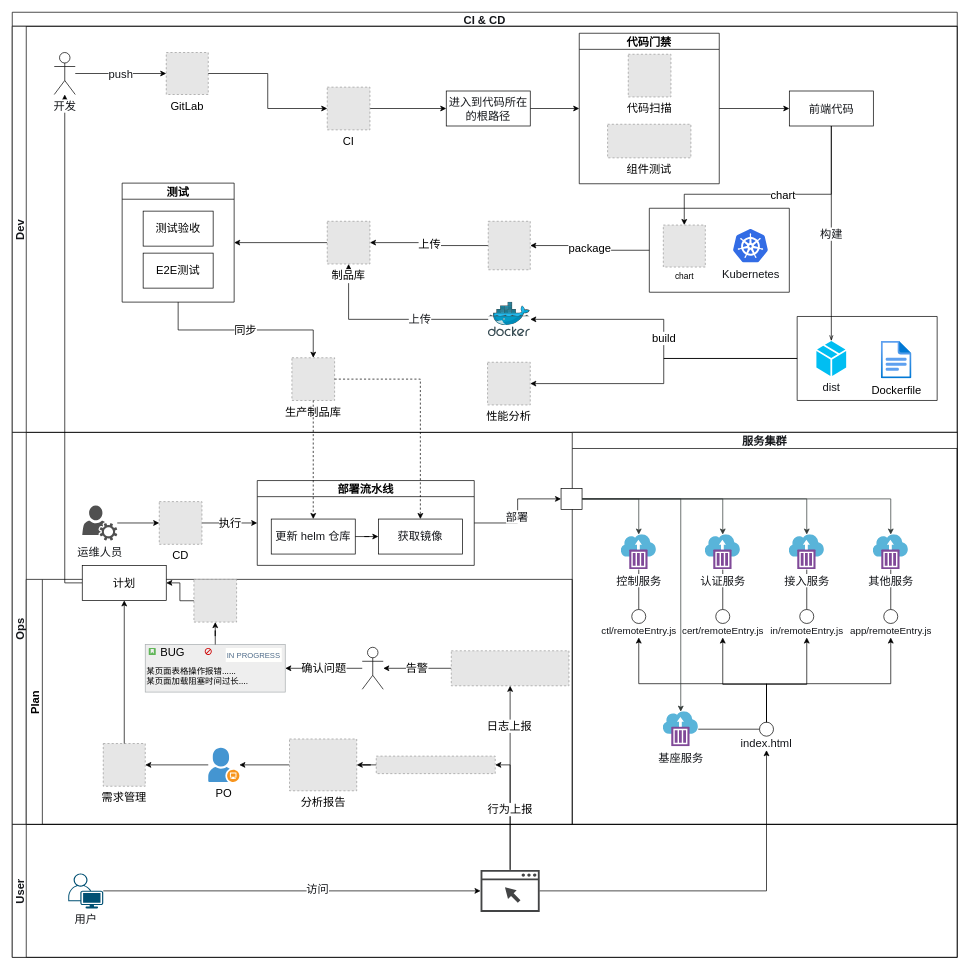
Before: CICD.drawio in zhuoooo/doodles, a draw.io diagram. Source tidied: cells renumbered, new cells numbered last; positions are measured from the earlier drawing's top-left corner, leaving out a move shared by most shapes. Both pictures are drawn from the tidied source at 70%, with x=0, y=0 at pixel (12, 12). Pictures stored in the file or linked from it are replaced by grey dashed boxes.
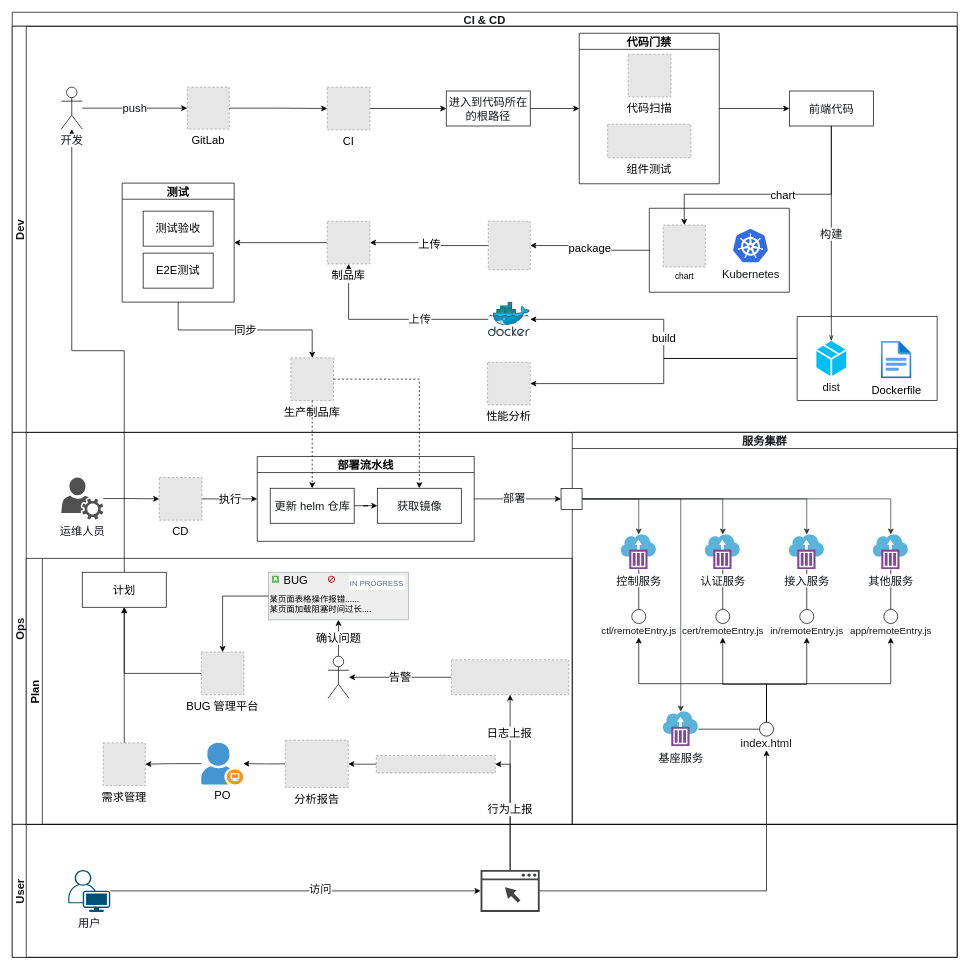
The same diagram, later.

Unchanged cells that the change refers to:
```xml
<mxCell id="4" value="Dev" style="swimlane;startSize=20;horizontal=0;fontSize=16;fontColor=#14161a;" parent="2" vertex="1">
  <mxGeometry y="20" width="1350" height="580.2" as="geometry" />
</mxCell>
<mxCell id="43" value="Ops" style="swimlane;startSize=20;horizontal=0;fontSize=16;fontColor=#14161a;" parent="2" vertex="1">
  <mxGeometry y="600.2" width="1350" height="560" as="geometry" />
</mxCell>
<mxCell id="111" value="User" style="swimlane;startSize=20;horizontal=0;fontSize=16;fontColor=#14161a;" parent="2" vertex="1">
  <mxGeometry y="1160.2" width="1350" height="190" as="geometry" />
</mxCell>
```

Diff of the diagram source:
```diff
@@
-    <mxCell id="2" value="CI &amp; CD" style="swimlane;horizontal=1;startSize=20;fontSize=16;fontColor=#14161a;" parent="1" vertex="1">
+    <mxCell id="2" value="CI &amp; CD" style="swimlane;horizontal=1;startSize=20;fontSize=16;fontColor=#14161a;spacing=20;" parent="1" vertex="1">
       <mxGeometry width="1350" height="1350.2" as="geometry" />
     </mxCell>
@@
     <mxCell id="5" value="开发" style="shape=umlActor;verticalLabelPosition=bottom;labelBackgroundColor=#ffffff;verticalAlign=top;html=1;fontSize=16;fontColor=#14161a;" parent="4" vertex="1">
-      <mxGeometry x="60" y="37.5" width="30" height="60" as="geometry" />
+      <mxGeometry x="70" y="87" width="30" height="60" as="geometry" />
     </mxCell>
@@
     <mxCell id="36" value="生产制品库" style="fillColor=#E6E6E6;strokeColor=#999999;dashed=1;verticalLabelPosition=bottom;labelBackgroundColor=default;verticalAlign=top;fontSize=16;" parent="4" vertex="1">
-      <mxGeometry x="399.5" y="473.6" width="61" height="61" as="geometry" />
+      <mxGeometry x="398" y="473.6" width="61" height="61" as="geometry" />
     </mxCell>
@@
     <mxCell id="38" value="GitLab" style="fillColor=#E6E6E6;strokeColor=#999999;dashed=1;verticalLabelPosition=bottom;labelBackgroundColor=default;verticalAlign=top;fontSize=16;" parent="4" vertex="1">
-      <mxGeometry x="220" y="37.5" width="60" height="60" as="geometry" />
+      <mxGeometry x="250" y="87" width="60" height="60" as="geometry" />
     </mxCell>
@@
     <mxCell id="44" value="部署流水线" style="swimlane;sketch=0;fontSize=16;strokeWidth=1;startSize=23;" parent="43" vertex="1">
-      <mxGeometry x="350" y="68.8" width="310" height="121.2" as="geometry" />
+      <mxGeometry x="350" y="34.4" width="310" height="121.2" as="geometry" />
     </mxCell>
     <mxCell id="45" value="获取镜像" style="rounded=0;whiteSpace=wrap;html=1;fontSize=16;fontColor=#14161a;" parent="44" vertex="1">
-      <mxGeometry x="173" y="55" width="120" height="50" as="geometry" />
+      <mxGeometry x="171.5" y="45.4" width="120" height="50" as="geometry" />
     </mxCell>
     <mxCell id="46" value="更新 helm 仓库" style="rounded=0;whiteSpace=wrap;html=1;fontSize=16;fontColor=#14161a;" parent="44" vertex="1">
-      <mxGeometry x="20" y="55" width="120" height="50" as="geometry" />
+      <mxGeometry x="18.5" y="45.4" width="120" height="50" as="geometry" />
     </mxCell>
@@
     <mxCell id="49" value="运维人员" style="sketch=0;shadow=0;dashed=0;html=1;strokeColor=none;fillColor=#505050;labelPosition=center;verticalLabelPosition=bottom;verticalAlign=top;outlineConnect=0;align=center;shape=mxgraph.office.services.user_services;fontSize=16;fontColor=#14161a;" parent="43" vertex="1">
-      <mxGeometry x="100" y="104.4" width="50" height="50" as="geometry" />
+      <mxGeometry x="70" y="64.5" width="60" height="60" as="geometry" />
     </mxCell>
@@
     <mxCell id="88" value="Plan" style="swimlane;horizontal=0;sketch=0;fontSize=16;strokeWidth=1;" parent="43" vertex="1">
-      <mxGeometry x="20" y="210" width="780" height="350" as="geometry" />
+      <mxGeometry x="20" y="180" width="780" height="380" as="geometry" />
     </mxCell>
     <mxCell id="89" style="fillColor=#E6E6E6;strokeColor=#999999;dashed=1;verticalLabelPosition=bottom;labelBackgroundColor=default;verticalAlign=top;" parent="88" vertex="1">
-      <mxGeometry x="500" y="252.5" width="170" height="25" as="geometry" />
+      <mxGeometry x="500" y="281.5" width="170" height="25" as="geometry" />
     </mxCell>
@@
     <mxCell id="91" style="fillColor=#E6E6E6;strokeColor=#999999;dashed=1;verticalLabelPosition=bottom;labelBackgroundColor=default;verticalAlign=top;" parent="88" vertex="1">
-      <mxGeometry x="607.2" y="102" width="168.1" height="50" as="geometry" />
+      <mxGeometry x="607.2" y="144.8" width="168.1" height="50" as="geometry" />
     </mxCell>
@@
     <mxCell id="93" value="PO" style="shadow=0;dashed=0;html=1;strokeColor=none;fillColor=#4495D1;labelPosition=center;verticalLabelPosition=bottom;verticalAlign=top;align=center;outlineConnect=0;shape=mxgraph.veeam.company_user;sketch=0;fontSize=16;" parent="88" vertex="1">
-      <mxGeometry x="260" y="240.6" width="44.4" height="48.8" as="geometry" />
+      <mxGeometry x="250" y="263.5" width="60" height="59.4" as="geometry" />
     </mxCell>
@@
     <mxCell id="95" value="分析报告" style="fillColor=#E6E6E6;strokeColor=#999999;dashed=1;html=1;verticalAlign=top;verticalLabelPosition=bottom;labelBackgroundColor=#ffffff;fontFamily=Helvetica;fontSize=16;fontColor=default;align=center;" parent="88" vertex="1">
-      <mxGeometry x="376.1" y="228" width="96" height="74" as="geometry" />
+      <mxGeometry x="370" y="259.8" width="90" height="67.5" as="geometry" />
     </mxCell>
@@
     <mxCell id="98" style="shape=umlActor;verticalLabelPosition=bottom;verticalAlign=top;html=1;outlineConnect=0;sketch=0;fontSize=16;strokeWidth=1;" parent="88" vertex="1">
-      <mxGeometry x="480" y="97" width="30" height="60" as="geometry" />
+      <mxGeometry x="431" y="139.8" width="30" height="60" as="geometry" />
     </mxCell>
     <mxCell id="99" value="某页面表格操作报错......&lt;br&gt;某页面加载阻塞时间过长...." style="html=1;shadow=0;dashed=0;shape=mxgraph.atlassian.issue;issueType=story;issuePriority=blocker;issueStatus=inProgress;verticalAlign=top;align=left;whiteSpace=wrap;overflow=hidden;spacingTop=25;strokeColor=#A8ADB0;fillColor=#EEEEEE;fontSize=12;backgroundOutline=1;sketch=0;" parent="88" vertex="1">
-      <mxGeometry x="170" y="93" width="200" height="68" as="geometry" />
+      <mxGeometry x="346" y="19.8" width="200" height="68" as="geometry" />
     </mxCell>
@@
     <mxCell id="101" value="需求管理" style="fillColor=#E6E6E6;strokeColor=#999999;dashed=1;verticalLabelPosition=bottom;labelBackgroundColor=default;verticalAlign=top;fontSize=16;" parent="88" vertex="1">
-      <mxGeometry x="110" y="234.5" width="60" height="61" as="geometry" />
+      <mxGeometry x="110" y="263.5" width="60" height="61" as="geometry" />
     </mxCell>
-    <mxCell id="102" style="fillColor=#E6E6E6;strokeColor=#999999;dashed=1;verticalLabelPosition=bottom;labelBackgroundColor=none;verticalAlign=top;fontSize=16;" parent="88" vertex="1">
-      <mxGeometry x="239.5" width="61" height="61" as="geometry" />
+    <mxCell id="102" value="BUG 管理平台" style="fillColor=#E6E6E6;strokeColor=#999999;dashed=1;verticalLabelPosition=bottom;labelBackgroundColor=none;verticalAlign=top;fontSize=16;" parent="88" vertex="1">
+      <mxGeometry x="250" y="133.8" width="61" height="61" as="geometry" />
     </mxCell>
@@
-    <mxCell id="104" value="计划" style="rounded=0;whiteSpace=wrap;html=1;sketch=0;fontSize=16;strokeWidth=1;" parent="43" vertex="1">
-      <mxGeometry x="100" y="190" width="120" height="50" as="geometry" />
+    <mxCell id="104" value="计划" style="rounded=0;whiteSpace=wrap;html=1;sketch=0;fontSize=16;strokeWidth=1;" parent="88" vertex="1">
+      <mxGeometry x="80" y="19.8" width="120" height="50" as="geometry" />
     </mxCell>
-    <mxCell id="105" style="edgeStyle=orthogonalEdgeStyle;rounded=0;jettySize=auto;html=1;fontSize=16;endArrow=classic;endFill=1;" parent="43" edge="1" source="101" target="104">
+    <mxCell id="105" style="edgeStyle=orthogonalEdgeStyle;rounded=0;jettySize=auto;html=1;fontSize=16;endArrow=classic;endFill=1;" parent="88" edge="1" source="101" target="104">
       <mxGeometry relative="1" as="geometry" />
     </mxCell>
-    <mxCell id="106" style="edgeStyle=orthogonalEdgeStyle;rounded=0;jettySize=auto;html=1;fontSize=16;" parent="43" edge="1" source="102" target="104">
+    <mxCell id="106" style="edgeStyle=orthogonalEdgeStyle;rounded=0;jettySize=auto;html=1;fontSize=16;" parent="88" edge="1" source="102" target="104">
       <mxGeometry relative="1" as="geometry" />
     </mxCell>
     <mxCell id="107" value="CD" style="fillColor=#E6E6E6;strokeColor=#999999;dashed=1;verticalLabelPosition=bottom;labelBackgroundColor=default;verticalAlign=top;fontSize=16;" parent="43" vertex="1">
-      <mxGeometry x="210" y="98.9" width="61" height="61" as="geometry" />
+      <mxGeometry x="210" y="64.5" width="61" height="61" as="geometry" />
     </mxCell>
@@
     <mxCell id="114" value="用户" style="points=[[0.35,0,0],[0.98,0.51,0],[1,0.71,0],[0.67,1,0],[0,0.795,0],[0,0.65,0]];verticalLabelPosition=bottom;sketch=0;html=1;verticalAlign=top;align=center;shape=mxgraph.cisco19.user;fillColor=#005073;strokeColor=none;fontSize=16;fontColor=#14161a;" parent="111" vertex="1">
-      <mxGeometry x="80" y="70" width="50" height="50" as="geometry" />
+      <mxGeometry x="80" y="65" width="60" height="60" as="geometry" />
     </mxCell>
```
